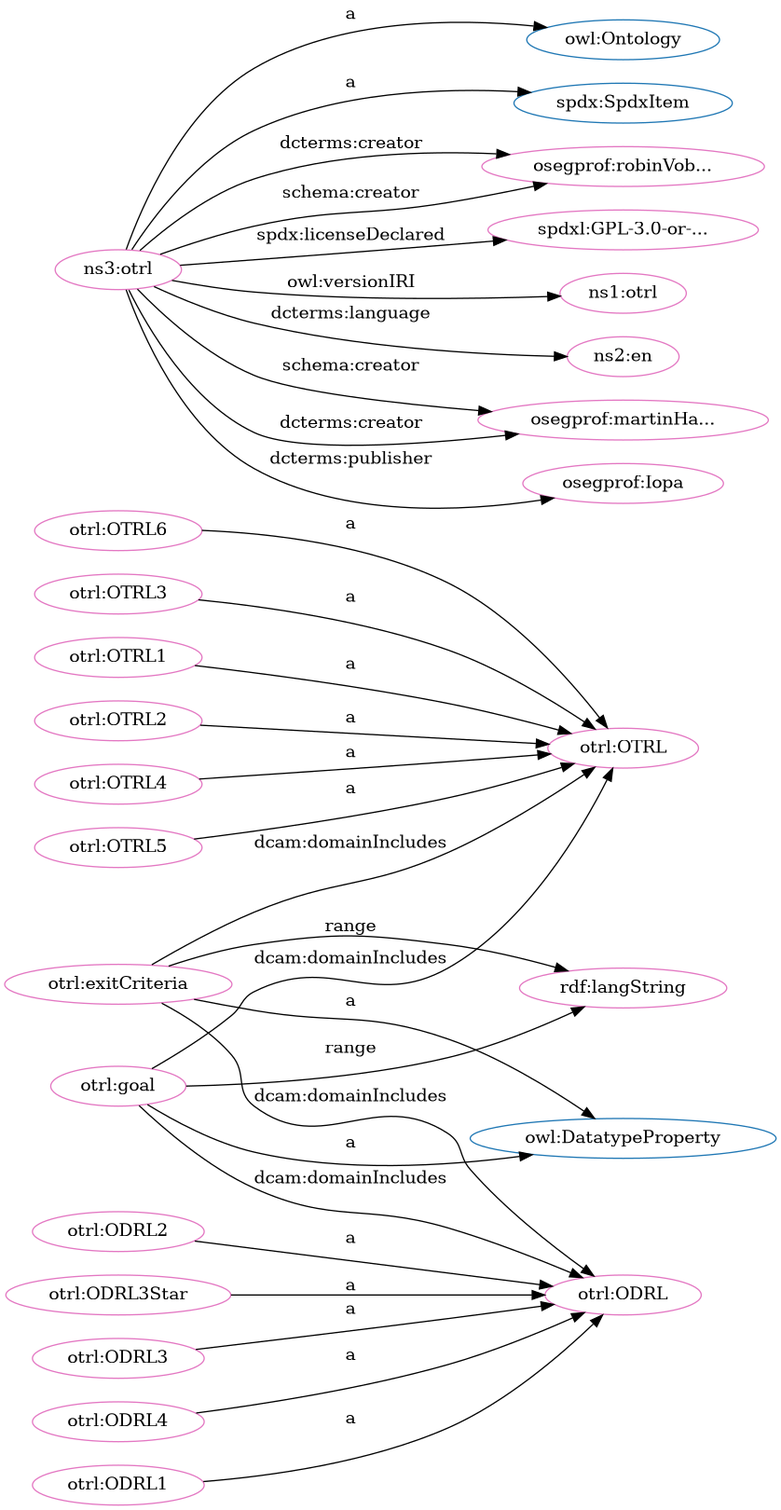
Earlier version of the Graphviz export src/spec/dot_otrl.png (iop-alliance/OpenKnowHow). Its source is kept beside it as src/spec/dot_otrl.dot.
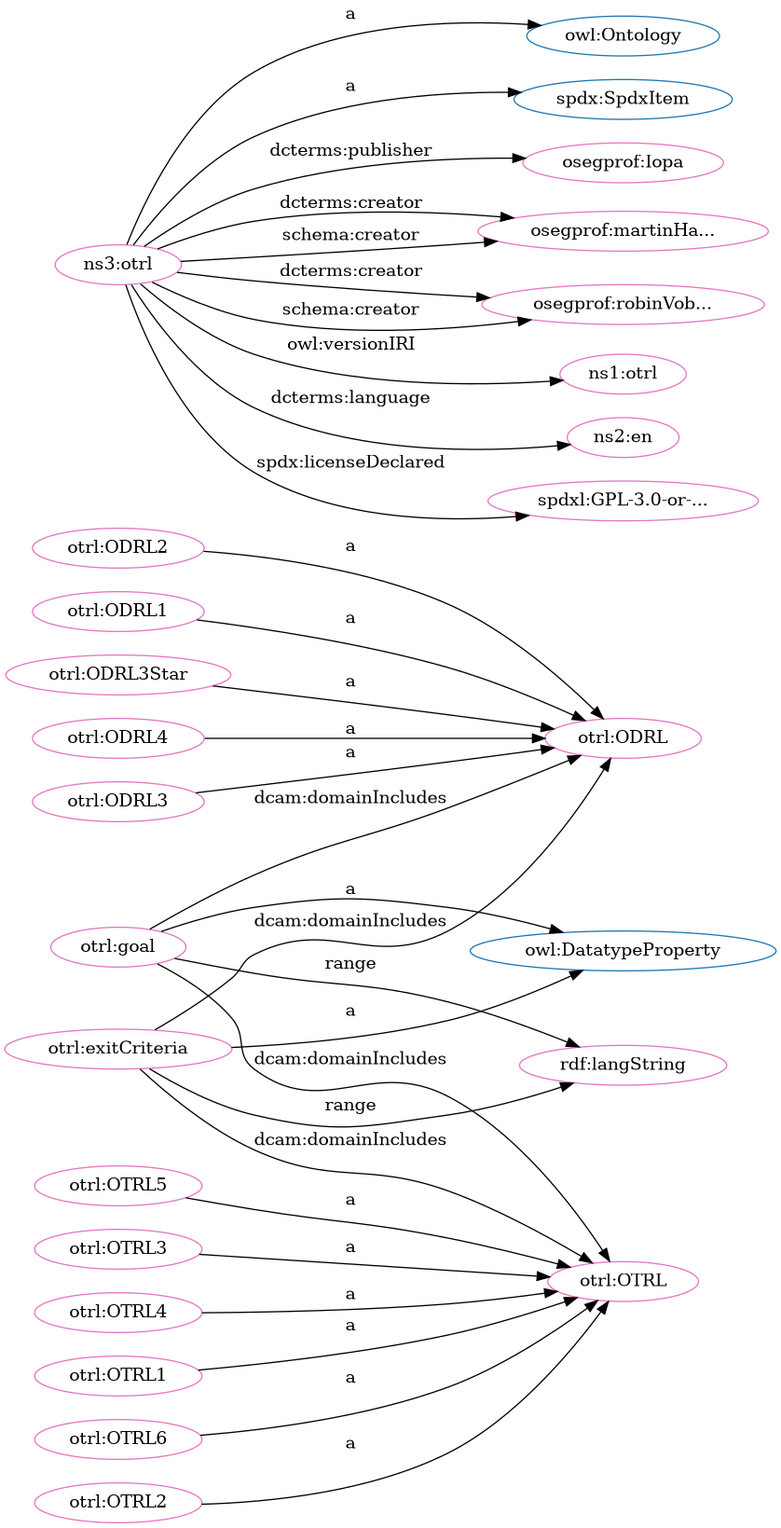
The same diagram one commit later.

What changed in the source:
```diff
@@ -1,61 +1,61 @@
 digraph G {
   rankdir=BT
   node[height=.3]
+"http://w3id.org/oseg/ont/otrl#ODRL" [fillcolor="#1f77b4" color="#1f77b4" label="otrl:ODRL"]
+"http://www.w3.org/2002/07/owl#Ontology" [fillcolor="#1f77b4" color="#1f77b4" label="owl:Ontology"]
 "http://www.w3.org/2002/07/owl#DatatypeProperty" [fillcolor="#1f77b4" color="#1f77b4" label="owl:DatatypeProperty"]
 "http://w3id.org/oseg/ont/otrl#OTRL" [fillcolor="#1f77b4" color="#1f77b4" label="otrl:OTRL"]
-"http://www.w3.org/2002/07/owl#Ontology" [fillcolor="#1f77b4" color="#1f77b4" label="owl:Ontology"]
-"http://w3id.org/oseg/ont/otrl#ODRL" [fillcolor="#1f77b4" color="#1f77b4" label="otrl:ODRL"]
 "http://spdx.org/rdf/terms#SpdxItem" [fillcolor="#1f77b4" color="#1f77b4" label="spdx:SpdxItem"]
+"http://w3id.org/oseg/ont/otrl#ODRL3" [fillcolor="#e377c2" color="#e377c2" label="otrl:ODRL3"]
+"http://w3id.org/oseg/ont/otrl#OTRL1" [fillcolor="#e377c2" color="#e377c2" label="otrl:OTRL1"]
+"http://w3id.org/oseg/ont/oseg-profiles#Iopa" [fillcolor="#e377c2" color="#e377c2" label="osegprof:Iopa"]
+"http://w3id.org/oseg/ont/otrl#ODRL2" [fillcolor="#e377c2" color="#e377c2" label="otrl:ODRL2"]
+"http://w3id.org/oseg/ont/otrl#OTRL6" [fillcolor="#e377c2" color="#e377c2" label="otrl:OTRL6"]
+"http://w3id.org/oseg/ont/otrl#goal" [fillcolor="#e377c2" color="#e377c2" label="otrl:goal"]
 "http://w3id.org/oseg/ont/otrl#OTRL2" [fillcolor="#e377c2" color="#e377c2" label="otrl:OTRL2"]
+"http://w3id.org/oseg/ont/otrl#ODRL1" [fillcolor="#e377c2" color="#e377c2" label="otrl:ODRL1"]
+"http://w3id.org/oseg/ont/oseg-profiles#martinHaeuer" [fillcolor="#e377c2" color="#e377c2" label="osegprof:martinHa..."]
+"http://w3id.org/oseg/ont/otrl#ODRL3Star" [fillcolor="#e377c2" color="#e377c2" label="otrl:ODRL3Star"]
+"http://w3id.org/oseg/ont/otrl#OTRL" [fillcolor="#e377c2" color="#e377c2" label="otrl:OTRL"]
+"http://w3id.org/oseg/ont/oseg-profiles#robinVobruba" [fillcolor="#e377c2" color="#e377c2" label="osegprof:robinVob..."]
+"http://w3id.org/oseg/ont/1.1.0/otrl" [fillcolor="#e377c2" color="#e377c2" label="ns1:otrl"]
+"http://w3id.org/oseg/ont/otrl#ODRL4" [fillcolor="#e377c2" color="#e377c2" label="otrl:ODRL4"]
 "http://w3id.org/oseg/ont/otrl#ODRL" [fillcolor="#e377c2" color="#e377c2" label="otrl:ODRL"]
+"http://www.w3.org/1999/02/22-rdf-syntax-ns#langString" [fillcolor="#e377c2" color="#e377c2" label="rdf:langString"]
+"http://id.loc.gov/vocabulary/iso639-1/en" [fillcolor="#e377c2" color="#e377c2" label="ns2:en"]
 "http://w3id.org/oseg/ont/otrl#exitCriteria" [fillcolor="#e377c2" color="#e377c2" label="otrl:exitCriteria"]
-"http://www.w3.org/1999/02/22-rdf-syntax-ns#langString" [fillcolor="#e377c2" color="#e377c2" label="rdf:langString"]
-"http://w3id.org/oseg/ont/oseg-profiles#robinVobruba" [fillcolor="#e377c2" color="#e377c2" label="osegprof:robinVob..."]
 "http://spdx.org/licenses/GPL-3.0-or-later" [fillcolor="#e377c2" color="#e377c2" label="spdxl:GPL-3.0-or-..."]
-"http://w3id.org/oseg/ont/otrl#ODRL2" [fillcolor="#e377c2" color="#e377c2" label="otrl:ODRL2"]
-"http://w3id.org/oseg/ont/1.1.0/otrl" [fillcolor="#e377c2" color="#e377c2" label="ns1:otrl"]
-"http://id.loc.gov/vocabulary/iso639-1/en" [fillcolor="#e377c2" color="#e377c2" label="ns2:en"]
-"http://w3id.org/oseg/ont/otrl#OTRL" [fillcolor="#e377c2" color="#e377c2" label="otrl:OTRL"]
+"http://w3id.org/oseg/ont/otrl#OTRL5" [fillcolor="#e377c2" color="#e377c2" label="otrl:OTRL5"]
+"http://w3id.org/oseg/ont/otrl" [fillcolor="#e377c2" color="#e377c2" label="ns3:otrl"]
+"http://w3id.org/oseg/ont/otrl#OTRL3" [fillcolor="#e377c2" color="#e377c2" label="otrl:OTRL3"]
 "http://w3id.org/oseg/ont/otrl#OTRL4" [fillcolor="#e377c2" color="#e377c2" label="otrl:OTRL4"]
-"http://w3id.org/oseg/ont/otrl" [fillcolor="#e377c2" color="#e377c2" label="ns3:otrl"]
-"http://w3id.org/oseg/ont/otrl#OTRL5" [fillcolor="#e377c2" color="#e377c2" label="otrl:OTRL5"]
-"http://w3id.org/oseg/ont/oseg-profiles#martinHaeuer" [fillcolor="#e377c2" color="#e377c2" label="osegprof:martinHa..."]
-"http://w3id.org/oseg/ont/oseg-profiles#Iopa" [fillcolor="#e377c2" color="#e377c2" label="osegprof:Iopa"]
-"http://w3id.org/oseg/ont/otrl#ODRL3Star" [fillcolor="#e377c2" color="#e377c2" label="otrl:ODRL3Star"]
-"http://w3id.org/oseg/ont/otrl#OTRL6" [fillcolor="#e377c2" color="#e377c2" label="otrl:OTRL6"]
-"http://w3id.org/oseg/ont/otrl#OTRL3" [fillcolor="#e377c2" color="#e377c2" label="otrl:OTRL3"]
-"http://w3id.org/oseg/ont/otrl#OTRL1" [fillcolor="#e377c2" color="#e377c2" label="otrl:OTRL1"]
-"http://w3id.org/oseg/ont/otrl#ODRL3" [fillcolor="#e377c2" color="#e377c2" label="otrl:ODRL3"]
-"http://w3id.org/oseg/ont/otrl#ODRL4" [fillcolor="#e377c2" color="#e377c2" label="otrl:ODRL4"]
-"http://w3id.org/oseg/ont/otrl#ODRL1" [fillcolor="#e377c2" color="#e377c2" label="otrl:ODRL1"]
-"http://w3id.org/oseg/ont/otrl#goal" [fillcolor="#e377c2" color="#e377c2" label="otrl:goal"]
+  "http://w3id.org/oseg/ont/otrl#ODRL2" -> "http://w3id.org/oseg/ont/otrl#ODRL" [label="a"]
+  "http://w3id.org/oseg/ont/otrl#OTRL6" -> "http://w3id.org/oseg/ont/otrl#OTRL" [label="a"]
   "http://w3id.org/oseg/ont/otrl#OTRL2" -> "http://w3id.org/oseg/ont/otrl#OTRL" [label="a"]
+  "http://w3id.org/oseg/ont/otrl" -> "http://w3id.org/oseg/ont/oseg-profiles#martinHaeuer" [label="dcterms:creator"]
+  "http://w3id.org/oseg/ont/otrl#ODRL3Star" -> "http://w3id.org/oseg/ont/otrl#ODRL" [label="a"]
+  "http://w3id.org/oseg/ont/otrl#exitCriteria" -> "http://w3id.org/oseg/ont/otrl#OTRL" [label="dcam:domainIncludes"]
+  "http://w3id.org/oseg/ont/otrl" -> "http://w3id.org/oseg/ont/1.1.0/otrl" [label="owl:versionIRI"]
+  "http://w3id.org/oseg/ont/otrl#goal" -> "http://w3id.org/oseg/ont/otrl#OTRL" [label="dcam:domainIncludes"]
+  "http://w3id.org/oseg/ont/otrl#ODRL4" -> "http://w3id.org/oseg/ont/otrl#ODRL" [label="a"]
+  "http://w3id.org/oseg/ont/otrl#exitCriteria" -> "http://w3id.org/oseg/ont/otrl#ODRL" [label="dcam:domainIncludes"]
+  "http://w3id.org/oseg/ont/otrl#goal" -> "http://www.w3.org/1999/02/22-rdf-syntax-ns#langString" [label="range"]
+  "http://w3id.org/oseg/ont/otrl#exitCriteria" -> "http://www.w3.org/1999/02/22-rdf-syntax-ns#langString" [label="range"]
+  "http://w3id.org/oseg/ont/otrl" -> "http://id.loc.gov/vocabulary/iso639-1/en" [label="dcterms:language"]
   "http://w3id.org/oseg/ont/otrl#goal" -> "http://w3id.org/oseg/ont/otrl#ODRL" [label="dcam:domainIncludes"]
-  "http://w3id.org/oseg/ont/otrl#exitCriteria" -> "http://www.w3.org/2002/07/owl#DatatypeProperty" [label="a"]
-  "http://w3id.org/oseg/ont/otrl#goal" -> "http://www.w3.org/1999/02/22-rdf-syntax-ns#langString" [label="range"]
   "http://w3id.org/oseg/ont/otrl" -> "http://w3id.org/oseg/ont/oseg-profiles#robinVobruba" [label="dcterms:creator"]
   "http://w3id.org/oseg/ont/otrl" -> "http://spdx.org/licenses/GPL-3.0-or-later" [label="spdx:licenseDeclared"]
-  "http://w3id.org/oseg/ont/otrl#ODRL2" -> "http://w3id.org/oseg/ont/otrl#ODRL" [label="a"]
+  "http://w3id.org/oseg/ont/otrl#OTRL5" -> "http://w3id.org/oseg/ont/otrl#OTRL" [label="a"]
+  "http://w3id.org/oseg/ont/otrl" -> "http://www.w3.org/2002/07/owl#Ontology" [label="a"]
+  "http://w3id.org/oseg/ont/otrl#OTRL3" -> "http://w3id.org/oseg/ont/otrl#OTRL" [label="a"]
   "http://w3id.org/oseg/ont/otrl#OTRL4" -> "http://w3id.org/oseg/ont/otrl#OTRL" [label="a"]
+  "http://w3id.org/oseg/ont/otrl#ODRL3" -> "http://w3id.org/oseg/ont/otrl#ODRL" [label="a"]
+  "http://w3id.org/oseg/ont/otrl#OTRL1" -> "http://w3id.org/oseg/ont/otrl#OTRL" [label="a"]
+  "http://w3id.org/oseg/ont/otrl" -> "http://w3id.org/oseg/ont/oseg-profiles#Iopa" [label="dcterms:publisher"]
+  "http://w3id.org/oseg/ont/otrl#goal" -> "http://www.w3.org/2002/07/owl#DatatypeProperty" [label="a"]
+  "http://w3id.org/oseg/ont/otrl#ODRL1" -> "http://w3id.org/oseg/ont/otrl#ODRL" [label="a"]
+  "http://w3id.org/oseg/ont/otrl" -> "http://w3id.org/oseg/ont/oseg-profiles#robinVobruba" [label="schema:creator"]
   "http://w3id.org/oseg/ont/otrl" -> "http://w3id.org/oseg/ont/oseg-profiles#martinHaeuer" [label="schema:creator"]
-  "http://w3id.org/oseg/ont/otrl" -> "http://w3id.org/oseg/ont/oseg-profiles#Iopa" [label="dcterms:publisher"]
-  "http://w3id.org/oseg/ont/otrl#ODRL3Star" -> "http://w3id.org/oseg/ont/otrl#ODRL" [label="a"]
-  "http://w3id.org/oseg/ont/otrl#OTRL6" -> "http://w3id.org/oseg/ont/otrl#OTRL" [label="a"]
+  "http://w3id.org/oseg/ont/otrl#exitCriteria" -> "http://www.w3.org/2002/07/owl#DatatypeProperty" [label="a"]
   "http://w3id.org/oseg/ont/otrl" -> "http://spdx.org/rdf/terms#SpdxItem" [label="a"]
-  "http://w3id.org/oseg/ont/otrl#ODRL1" -> "http://w3id.org/oseg/ont/otrl#ODRL" [label="a"]
-  "http://w3id.org/oseg/ont/otrl#goal" -> "http://www.w3.org/2002/07/owl#DatatypeProperty" [label="a"]
-  "http://w3id.org/oseg/ont/otrl" -> "http://w3id.org/oseg/ont/1.1.0/otrl" [label="owl:versionIRI"]
-  "http://w3id.org/oseg/ont/otrl" -> "http://id.loc.gov/vocabulary/iso639-1/en" [label="dcterms:language"]
-  "http://w3id.org/oseg/ont/otrl" -> "http://w3id.org/oseg/ont/oseg-profiles#robinVobruba" [label="schema:creator"]
-  "http://w3id.org/oseg/ont/otrl#exitCriteria" -> "http://w3id.org/oseg/ont/otrl#OTRL" [label="dcam:domainIncludes"]
-  "http://w3id.org/oseg/ont/otrl" -> "http://www.w3.org/2002/07/owl#Ontology" [label="a"]
-  "http://w3id.org/oseg/ont/otrl#OTRL5" -> "http://w3id.org/oseg/ont/otrl#OTRL" [label="a"]
-  "http://w3id.org/oseg/ont/otrl#exitCriteria" -> "http://www.w3.org/1999/02/22-rdf-syntax-ns#langString" [label="range"]
-  "http://w3id.org/oseg/ont/otrl#exitCriteria" -> "http://w3id.org/oseg/ont/otrl#ODRL" [label="dcam:domainIncludes"]
-  "http://w3id.org/oseg/ont/otrl#OTRL3" -> "http://w3id.org/oseg/ont/otrl#OTRL" [label="a"]
-  "http://w3id.org/oseg/ont/otrl#OTRL1" -> "http://w3id.org/oseg/ont/otrl#OTRL" [label="a"]
-  "http://w3id.org/oseg/ont/otrl#ODRL3" -> "http://w3id.org/oseg/ont/otrl#ODRL" [label="a"]
-  "http://w3id.org/oseg/ont/otrl#ODRL4" -> "http://w3id.org/oseg/ont/otrl#ODRL" [label="a"]
-  "http://w3id.org/oseg/ont/otrl" -> "http://w3id.org/oseg/ont/oseg-profiles#martinHaeuer" [label="dcterms:creator"]
-  "http://w3id.org/oseg/ont/otrl#goal" -> "http://w3id.org/oseg/ont/otrl#OTRL" [label="dcam:domainIncludes"]
 }
```
